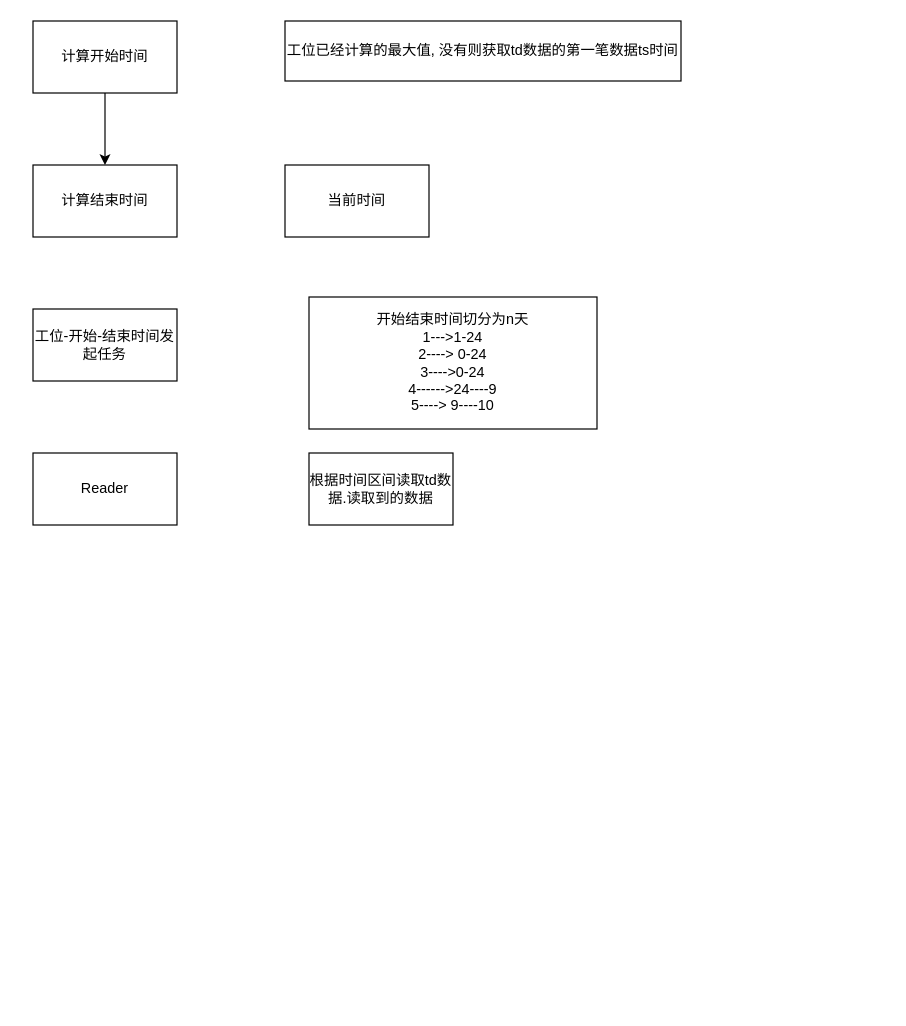
Before: page "第 2 页" (2 of 2) of 20231212.drawio in liangleiA/MyRepository, a draw.io diagram. Source tidied: cells renumbered, new cells numbered last; positions are measured from the earlier drawing's top-left corner, leaving out a move shared by most shapes. Both pictures are drawn from the tidied source at 120%, with x=0, y=0 at pixel (32, 20).
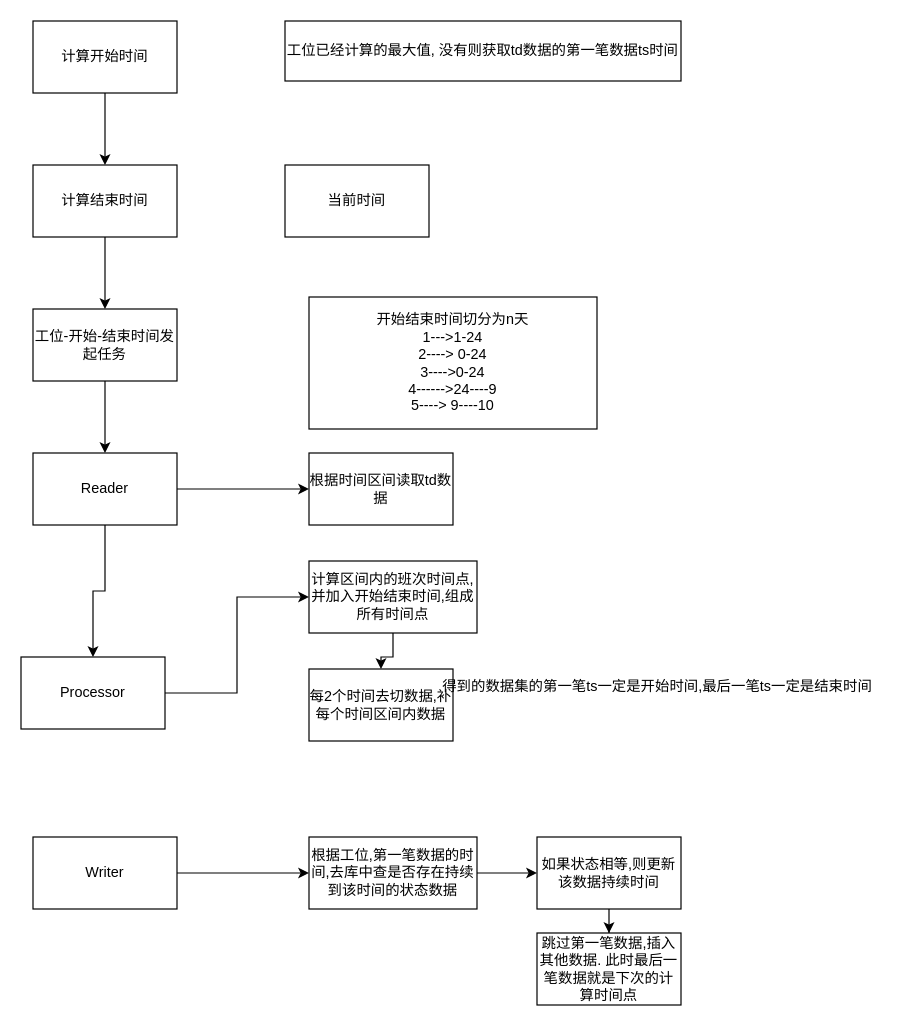
The same page after the edit.

Unchanged cells that the change refers to:
```xml
<mxCell id="5" value="计算结束时间" style="rounded=0;whiteSpace=wrap;html=1;" parent="1" vertex="1">
  <mxGeometry y="120" width="120" height="60" as="geometry" />
</mxCell>
<mxCell id="7" value="工位-开始-结束时间发起任务" style="rounded=0;whiteSpace=wrap;html=1;" parent="1" vertex="1">
  <mxGeometry y="240" width="120" height="60" as="geometry" />
</mxCell>
<mxCell id="8" value="Reader" style="rounded=0;whiteSpace=wrap;html=1;" parent="1" vertex="1">
  <mxGeometry y="360" width="120" height="60" as="geometry" />
</mxCell>
```

Diff of the diagram source:
```diff
@@
+    <mxCell id="11" style="edgeStyle=orthogonalEdgeStyle;rounded=0;jettySize=auto;html=1;" parent="1" edge="1" source="5" target="7">
+      <mxGeometry relative="1" as="geometry" />
+    </mxCell>
@@
+    <mxCell id="12" style="edgeStyle=orthogonalEdgeStyle;rounded=0;jettySize=auto;html=1;entryX=0.5;entryY=0;entryDx=0;entryDy=0;" parent="1" edge="1" source="7" target="8">
+      <mxGeometry relative="1" as="geometry" />
+    </mxCell>
@@
+    <mxCell id="13" style="edgeStyle=orthogonalEdgeStyle;rounded=0;jettySize=auto;html=1;" parent="1" edge="1" source="8" target="10">
+      <mxGeometry relative="1" as="geometry" />
+    </mxCell>
+    <mxCell id="14" style="edgeStyle=orthogonalEdgeStyle;rounded=0;jettySize=auto;html=1;" parent="1" edge="1" source="8" target="16">
+      <mxGeometry relative="1" as="geometry" />
+    </mxCell>
@@
-    <mxCell id="10" value="根据时间区间读取td数据.读取到的数据" style="rounded=0;whiteSpace=wrap;html=1;" parent="1" vertex="1">
+    <mxCell id="10" value="根据时间区间读取td数据" style="rounded=0;whiteSpace=wrap;html=1;" parent="1" vertex="1">
       <mxGeometry x="230" y="360" width="120" height="60" as="geometry" />
     </mxCell>
+    <mxCell id="15" style="edgeStyle=orthogonalEdgeStyle;rounded=0;jettySize=auto;html=1;entryX=0;entryY=0.5;entryDx=0;entryDy=0;" parent="1" edge="1" source="16" target="18">
+      <mxGeometry relative="1" as="geometry" />
+    </mxCell>
+    <mxCell id="16" value="Processor" style="rounded=0;whiteSpace=wrap;html=1;" parent="1" vertex="1">
+      <mxGeometry x="-10" y="530" width="120" height="60" as="geometry" />
+    </mxCell>
+    <mxCell id="17" style="edgeStyle=orthogonalEdgeStyle;rounded=0;jettySize=auto;html=1;" parent="1" edge="1" source="18" target="19">
+      <mxGeometry relative="1" as="geometry" />
+    </mxCell>
+    <mxCell id="18" value="计算区间内的班次时间点,并加入开始结束时间,组成所有时间点" style="rounded=0;whiteSpace=wrap;html=1;" parent="1" vertex="1">
+      <mxGeometry x="230" y="450" width="140" height="60" as="geometry" />
+    </mxCell>
+    <mxCell id="19" value="每2个时间去切数据,补每个时间区间内数据" style="rounded=0;whiteSpace=wrap;html=1;" parent="1" vertex="1">
+      <mxGeometry x="230" y="540" width="120" height="60" as="geometry" />
+    </mxCell>
+    <mxCell id="20" value="得到的数据集的第一笔ts一定是开始时间,最后一笔ts一定是结束时间" style="text;html=1;align=center;verticalAlign=middle;strokeColor=none;fillColor=none;" parent="1" vertex="1">
+      <mxGeometry x="330" y="540" width="380" height="30" as="geometry" />
+    </mxCell>
+    <mxCell id="21" style="edgeStyle=orthogonalEdgeStyle;rounded=0;jettySize=auto;html=1;" parent="1" edge="1" source="22" target="24">
+      <mxGeometry relative="1" as="geometry" />
+    </mxCell>
+    <mxCell id="22" value="根据工位,第一笔数据的时间,去库中查是否存在持续到该时间的状态数据" style="rounded=0;whiteSpace=wrap;html=1;" parent="1" vertex="1">
+      <mxGeometry x="230" y="680" width="140" height="60" as="geometry" />
+    </mxCell>
+    <mxCell id="23" style="edgeStyle=orthogonalEdgeStyle;rounded=0;jettySize=auto;html=1;" parent="1" edge="1" source="24" target="25">
+      <mxGeometry relative="1" as="geometry" />
+    </mxCell>
+    <mxCell id="24" value="如果状态相等,则更新该数据持续时间" style="rounded=0;whiteSpace=wrap;html=1;" parent="1" vertex="1">
+      <mxGeometry x="420" y="680" width="120" height="60" as="geometry" />
+    </mxCell>
+    <mxCell id="25" value="跳过第一笔数据,插入其他数据. 此时最后一笔数据就是下次的计算时间点" style="rounded=0;whiteSpace=wrap;html=1;" parent="1" vertex="1">
+      <mxGeometry x="420" y="760" width="120" height="60" as="geometry" />
+    </mxCell>
+    <mxCell id="26" style="edgeStyle=orthogonalEdgeStyle;rounded=0;jettySize=auto;html=1;" parent="1" edge="1" source="27" target="22">
+      <mxGeometry relative="1" as="geometry" />
+    </mxCell>
+    <mxCell id="27" value="Writer&lt;br&gt;" style="rounded=0;whiteSpace=wrap;html=1;" parent="1" vertex="1">
+      <mxGeometry y="680" width="120" height="60" as="geometry" />
+    </mxCell>
```
